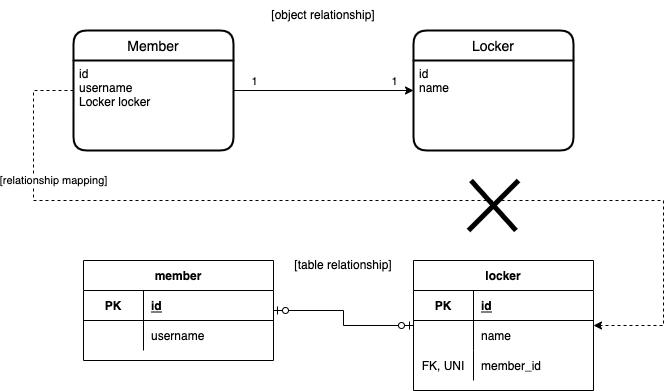
This is assets/img/jpa_study/ch.6/pic-6-7.png from Rama033/Rama033.github.io, a draw.io export, as it was before one commit. Source tidied: cells renumbered, new cells last; positions are measured from the earlier drawing's top-left corner, leaving out a move shared by most shapes.
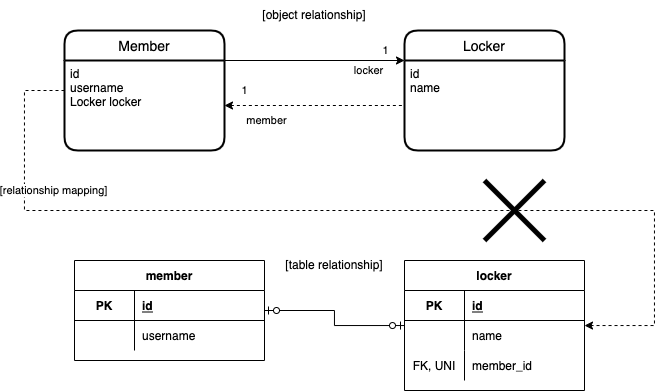
Above is the later version.

Diff of the diagram source:
```diff
@@ -3,11 +3,11 @@
     <mxCell id="0" />
     <mxCell id="1" parent="0" />
     <mxCell id="2" value="[relationship mapping]" style="edgeStyle=orthogonalEdgeStyle;rounded=0;jettySize=auto;html=1;endArrow=classic;endFill=1;dashed=1;" parent="1" edge="1" source="5" target="15">
-      <mxGeometry x="-0.65" y="20" relative="1" as="geometry">
+      <mxGeometry x="-0.61" y="20" relative="1" as="geometry">
         <Array as="points">
           <mxPoint y="90" />
-          <mxPoint y="200" />
-          <mxPoint x="630" y="200" />
+          <mxPoint y="210" />
+          <mxPoint x="630" y="210" />
           <mxPoint x="630" y="325" />
         </Array>
       </mxGeometry>
@@ -78,7 +78,7 @@
     <mxCell id="24" value="member_id" style="shape=partialRectangle;fillColor=none;top=0;left=0;bottom=0;right=0;align=left;spacingLeft=6;overflow=hidden;" parent="22" vertex="1">
       <mxGeometry x="60" width="120" height="30" as="geometry" />
     </mxCell>
-    <mxCell id="25" style="endArrow=none;html=1;rounded=0;endFill=0;startArrow=classic;startFill=1;" parent="1" edge="1" source="3" target="5">
+    <mxCell id="25" style="endArrow=none;html=1;rounded=0;endFill=0;startArrow=classic;startFill=1;entryX=1;entryY=0.25;entryDx=0;entryDy=0;exitX=0;exitY=0;exitDx=0;exitDy=0;" parent="1" edge="1" source="4" target="5">
       <mxGeometry relative="1" as="geometry" />
     </mxCell>
     <mxCell id="26" style="html=1;align=left;verticalAlign=bottom;" parent="25" vertex="1">
@@ -96,28 +96,51 @@
         <mxPoint x="49" y="-7" as="offset" />
       </mxGeometry>
     </mxCell>
-    <mxCell id="29" value="1" style="edgeLabel;html=1;align=center;verticalAlign=middle;" parent="25" vertex="1">
-      <mxGeometry x="0.64" relative="1" as="geometry">
-        <mxPoint x="-12" y="-10" as="offset" />
-      </mxGeometry>
-    </mxCell>
+    <mxCell id="34" value="locker" style="edgeLabel;html=1;align=center;verticalAlign=middle;" parent="25" vertex="1">
+      <mxGeometry x="-0.49" y="2" relative="1" as="geometry">
+        <mxPoint x="10" y="8" as="offset" />
+      </mxGeometry>
+    </mxCell>
     <mxCell id="30" value="[object relationship]" style="text;html=1;strokeColor=none;fillColor=none;align=center;verticalAlign=middle;whiteSpace=wrap;rounded=0;" parent="1" vertex="1">
       <mxGeometry x="230" width="120" height="30" as="geometry" />
     </mxCell>
     <mxCell id="31" value="[table relationship]" style="text;html=1;strokeColor=none;fillColor=none;align=center;verticalAlign=middle;whiteSpace=wrap;rounded=0;" parent="1" vertex="1">
       <mxGeometry x="250" y="250" width="120" height="30" as="geometry" />
     </mxCell>
-    <mxCell id="32" style="endArrow=none;html=1;rounded=0;strokeWidth=5;" parent="1" edge="1">
-      <mxGeometry relative="1" as="geometry">
-        <mxPoint x="435" y="230" as="sourcePoint" />
-        <mxPoint x="485" y="180" as="targetPoint" />
-      </mxGeometry>
-    </mxCell>
-    <mxCell id="33" style="endArrow=none;html=1;rounded=0;strokeWidth=5;" parent="1" edge="1">
-      <mxGeometry relative="1" as="geometry">
-        <mxPoint x="437.5" y="180" as="sourcePoint" />
-        <mxPoint x="482.5" y="230" as="targetPoint" />
-      </mxGeometry>
-    </mxCell>
+    <mxCell id="35" style="endArrow=none;html=1;rounded=0;endFill=0;startArrow=classic;startFill=1;entryX=0;entryY=0.5;entryDx=0;entryDy=0;exitX=1;exitY=0.5;exitDx=0;exitDy=0;dashed=1;" parent="1" edge="1" source="6" target="4">
+      <mxGeometry relative="1" as="geometry" />
+    </mxCell>
+    <mxCell id="36" style="html=1;align=left;verticalAlign=bottom;" parent="35" vertex="1">
+      <mxGeometry x="-1" relative="1" as="geometry">
+        <mxPoint x="10" as="offset" />
+      </mxGeometry>
+    </mxCell>
+    <mxCell id="37" style="html=1;align=right;verticalAlign=bottom;" parent="35" vertex="1">
+      <mxGeometry x="1" relative="1" as="geometry">
+        <mxPoint x="20" as="offset" />
+      </mxGeometry>
+    </mxCell>
+    <mxCell id="29" value="1" style="edgeLabel;html=1;align=center;verticalAlign=middle;" parent="35" vertex="1">
+      <mxGeometry x="-0.23" y="-3" relative="1" as="geometry">
+        <mxPoint x="-49" y="-18" as="offset" />
+      </mxGeometry>
+    </mxCell>
+    <mxCell id="38" value="member" style="edgeLabel;html=1;align=center;verticalAlign=middle;" parent="35" vertex="1">
+      <mxGeometry x="-0.53" y="-4" relative="1" as="geometry">
+        <mxPoint y="11" as="offset" />
+      </mxGeometry>
+    </mxCell>
+    <mxCell id="39" style="endArrow=none;html=1;rounded=0;strokeWidth=5;" parent="1" edge="1">
+      <mxGeometry relative="1" as="geometry">
+        <mxPoint x="460" y="240" as="sourcePoint" />
+        <mxPoint x="520" y="180" as="targetPoint" />
+      </mxGeometry>
+    </mxCell>
+    <mxCell id="40" style="endArrow=none;html=1;rounded=0;strokeWidth=5;" parent="1" edge="1">
+      <mxGeometry relative="1" as="geometry">
+        <mxPoint x="520" y="240" as="sourcePoint" />
+        <mxPoint x="460" y="180" as="targetPoint" />
+      </mxGeometry>
+    </mxCell>
   </root>
 </mxGraphModel>
```
